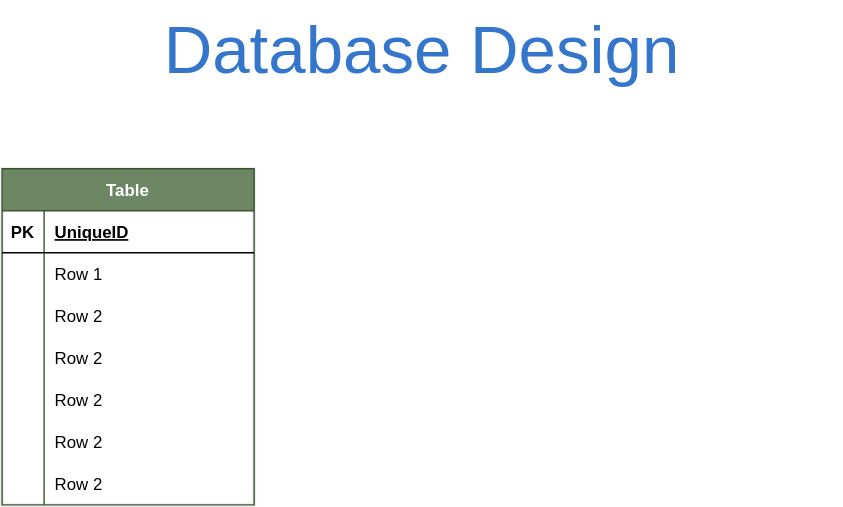
The draw.io diagram BBDD/DatabaseDesign.drawio.svg in FernandoFH/Spotify-clone, before a commit. Source tidied: cells renumbered, new cells last; positions are measured from the earlier drawing's top-left corner, leaving out a move shared by most shapes.
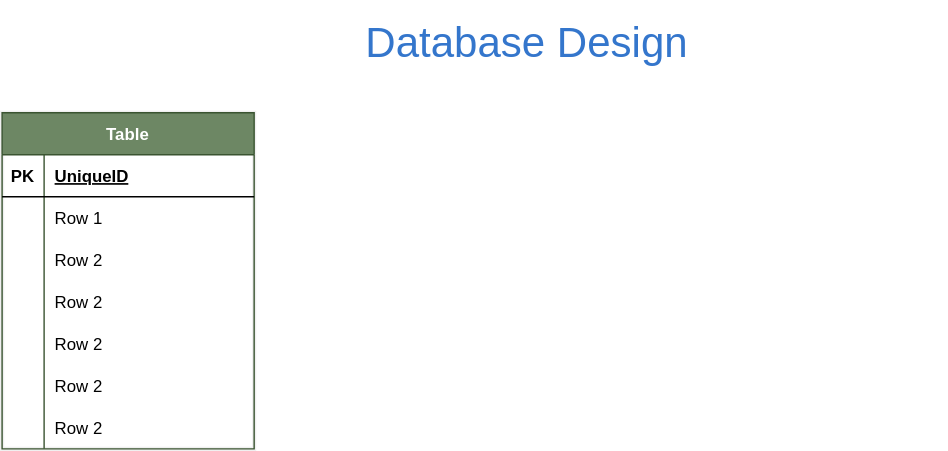
After the commit.

Commit message:
DataBase Desing

The edit, as a diff of the source:
```diff
@@ -2,11 +2,11 @@
   <root>
     <mxCell id="0" />
     <mxCell id="1" parent="0" />
-    <mxCell id="2" value="&lt;h1 class=&quot;title&quot; id=&quot;page-title&quot; style=&quot;margin: 0px 0px 10px ; padding: 0px ; border: 0px ; outline: 0px ; vertical-align: baseline ; font-stretch: inherit ; line-height: 1.2 ; font-family: &amp;#34;aleo regular&amp;#34; , sans-serif ; font-weight: normal ; color: rgb(52 , 118 , 204) ; width: 600px&quot;&gt;&lt;font style=&quot;font-size: 48px&quot;&gt;Database Design&lt;/font&gt;&lt;/h1&gt;" style="text;html=1;strokeColor=none;fillColor=none;align=center;verticalAlign=middle;whiteSpace=wrap;rounded=0;" parent="1" vertex="1">
-      <mxGeometry x="80" width="440" height="80" as="geometry" />
+    <mxCell id="2" value="&lt;h1 class=&quot;title&quot; id=&quot;page-title&quot; style=&quot;margin: 0px 0px 10px ; padding: 0px ; border: 0px ; outline: 0px ; vertical-align: baseline ; font-stretch: inherit ; line-height: 1.2 ; font-family: &amp;#34;aleo regular&amp;#34; , sans-serif ; font-weight: normal ; color: rgb(52 , 118 , 204) ; width: 600px&quot;&gt;&lt;font style=&quot;font-size: 30px&quot;&gt;Database Design&lt;/font&gt;&lt;/h1&gt;" style="text;html=1;strokeColor=none;fillColor=none;align=center;verticalAlign=middle;whiteSpace=wrap;rounded=0;" parent="1" vertex="1">
+      <mxGeometry x="205" y="-40" width="340" height="70" as="geometry" />
     </mxCell>
     <mxCell id="3" style="group;strokeWidth=3;strokeColor=#f0f0f0;" parent="1" vertex="1">
-      <mxGeometry y="120" width="180" height="240" as="geometry" />
+      <mxGeometry y="40" width="180" height="240" as="geometry" />
     </mxCell>
     <mxCell id="4" value="Table" style="shape=table;startSize=30;rowLines=0;fontStyle=1;align=center;fontColor=#ffffff;strokeColor=#3A5431;fillColor=#6d8764;" parent="3" vertex="1">
       <mxGeometry width="180" height="240" as="geometry" />
```
